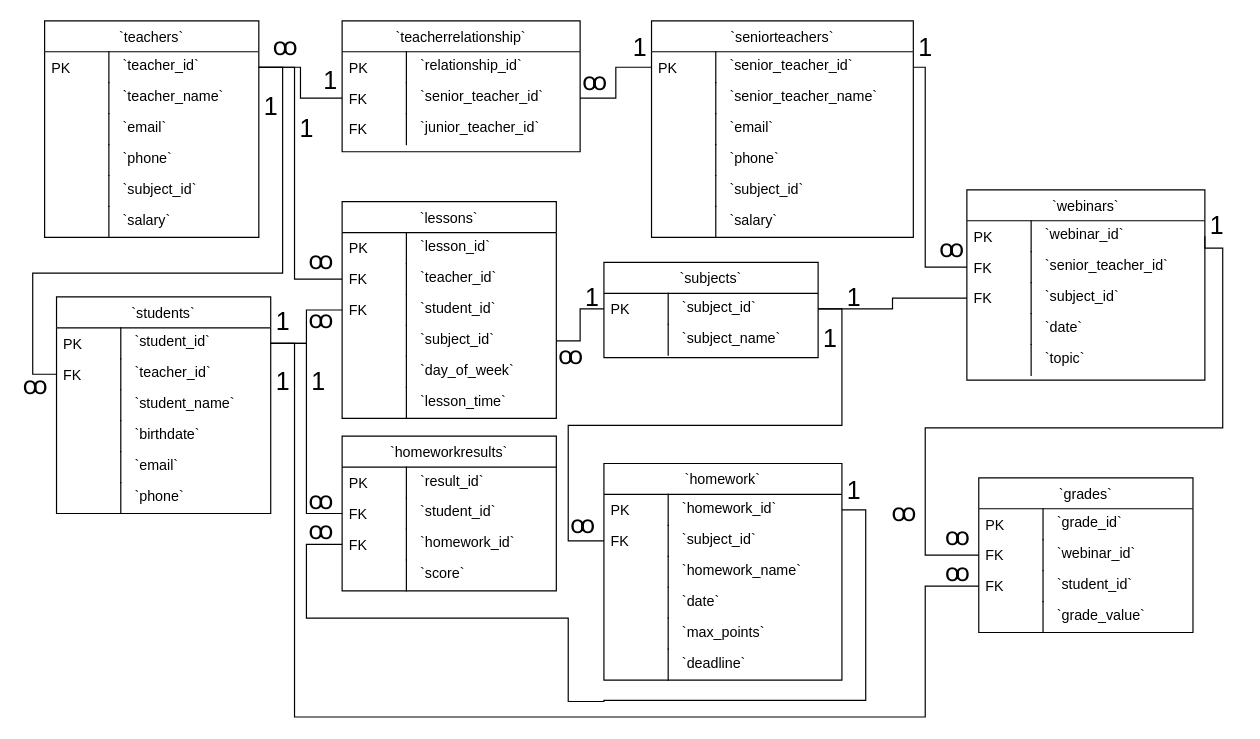
Benhooky/Ege_online_school_data_base keeps this draw.io diagram as Shcema.drawio. Above is the earlier version. Source tidied: cells renumbered, new cells numbered last; positions are measured from the earlier drawing's top-left corner, leaving out a move shared by most shapes. Both pictures are drawn from the tidied source at 119%, with x=0, y=0 at pixel (20, 20).
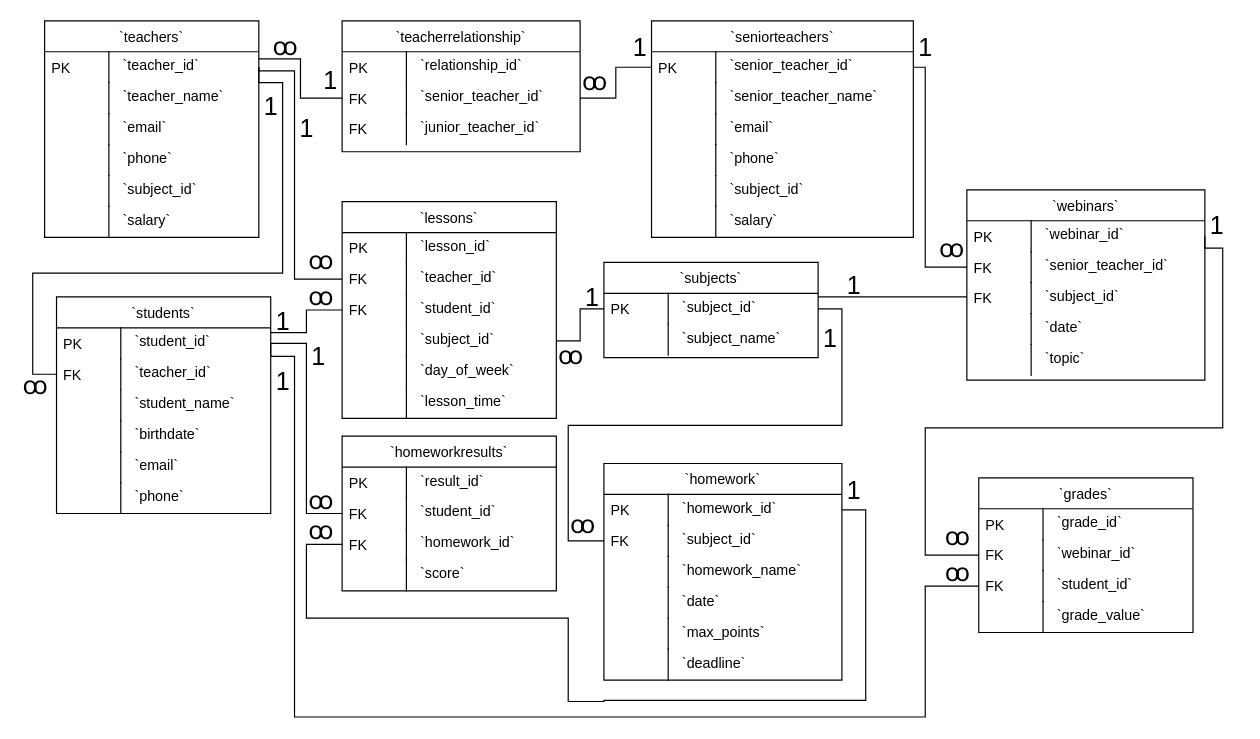
The same page after the edit.

The change refers to these unchanged cells:
```xml
<mxCell id="7" value="`student_id`" style="shape=partialRectangle;top=0;left=0;right=0;bottom=0;align=left;verticalAlign=top;spacingTop=-2;fillColor=none;spacingLeft=64;spacingRight=4;overflow=hidden;points=[[0,0.5],[1,0.5]];portConstraint=eastwest;" parent="2" vertex="1">
  <mxGeometry y="78" width="180" height="26" as="geometry" />
</mxCell>
<mxCell id="36" value="`teacher_id`" style="shape=partialRectangle;top=0;left=0;right=0;bottom=0;align=left;verticalAlign=top;spacingTop=-2;fillColor=none;spacingLeft=64;spacingRight=4;overflow=hidden;points=[[0,0.5],[1,0.5]];portConstraint=eastwest;" parent="33" vertex="1">
  <mxGeometry y="52" width="180" height="26" as="geometry" />
</mxCell>
<mxCell id="38" value="`student_id`" style="shape=partialRectangle;top=0;left=0;right=0;bottom=0;align=left;verticalAlign=top;spacingTop=-2;fillColor=none;spacingLeft=64;spacingRight=4;overflow=hidden;points=[[0,0.5],[1,0.5]];portConstraint=eastwest;" parent="33" vertex="1">
  <mxGeometry y="78" width="180" height="26" as="geometry" />
</mxCell>
<mxCell id="60" value="`student_id`" style="shape=partialRectangle;top=0;left=0;right=0;bottom=0;align=left;verticalAlign=top;spacingTop=-2;fillColor=none;spacingLeft=64;spacingRight=4;overflow=hidden;points=[[0,0.5],[1,0.5]];portConstraint=eastwest;" parent="59" vertex="1">
  <mxGeometry y="26" width="180" height="26" as="geometry" />
</mxCell>
<mxCell id="62" value="`teacher_id`" style="shape=partialRectangle;top=0;left=0;right=0;bottom=0;align=left;verticalAlign=top;spacingTop=-2;fillColor=none;spacingLeft=64;spacingRight=4;overflow=hidden;points=[[0,0.5],[1,0.5]];portConstraint=eastwest;" parent="59" vertex="1">
  <mxGeometry y="52" width="180" height="26" as="geometry" />
</mxCell>
<mxCell id="73" value="`subject_id`" style="shape=partialRectangle;top=0;left=0;right=0;bottom=0;align=left;verticalAlign=top;spacingTop=-2;fillColor=none;spacingLeft=64;spacingRight=4;overflow=hidden;points=[[0,0.5],[1,0.5]];portConstraint=eastwest;" parent="72" vertex="1">
  <mxGeometry y="26" width="180" height="26" as="geometry" />
</mxCell>
<mxCell id="80" value="`senior_teacher_id`" style="shape=partialRectangle;top=0;left=0;right=0;bottom=0;align=left;verticalAlign=top;spacingTop=-2;fillColor=none;spacingLeft=64;spacingRight=4;overflow=hidden;points=[[0,0.5],[1,0.5]];portConstraint=eastwest;" parent="77" vertex="1">
  <mxGeometry y="52" width="200" height="26" as="geometry" />
</mxCell>
<mxCell id="85" value="`teacher_id`" style="shape=partialRectangle;top=0;left=0;right=0;bottom=0;align=left;verticalAlign=top;spacingTop=-2;fillColor=none;spacingLeft=64;spacingRight=4;overflow=hidden;points=[[0,0.5],[1,0.5]];portConstraint=eastwest;" parent="84" vertex="1">
  <mxGeometry y="26" width="180" height="26" as="geometry" />
</mxCell>
<mxCell id="102" value="`subject_id`" style="shape=partialRectangle;top=0;left=0;right=0;bottom=0;align=left;verticalAlign=top;spacingTop=-2;fillColor=none;spacingLeft=64;spacingRight=4;overflow=hidden;points=[[0,0.5],[1,0.5]];portConstraint=eastwest;" parent="97" vertex="1">
  <mxGeometry y="78" width="200" height="26" as="geometry" />
</mxCell>
```

Change to the diagram source:
```diff
@@
     <mxCell id="109" style="edgeStyle=orthogonalEdgeStyle;rounded=0;jettySize=auto;html=1;endArrow=none;endFill=0;" parent="1" edge="1" source="85" target="80">
-      <mxGeometry x="-0.78" y="-9" relative="1" as="geometry" />
+      <mxGeometry x="-0.78" y="-9" relative="1" as="geometry">
+        <Array as="points">
+          <mxPoint x="235" y="32" />
+          <mxPoint x="235" y="65" />
+        </Array>
+      </mxGeometry>
     </mxCell>
     <mxCell id="110" style="edgeStyle=orthogonalEdgeStyle;rounded=0;jettySize=auto;html=1;endArrow=none;endFill=0;exitX=0;exitY=0.5;exitDx=0;exitDy=0;entryX=1;entryY=0.5;entryDx=0;entryDy=0;" parent="1" edge="1" source="62" target="85">
       <mxGeometry relative="1" as="geometry">
         <Array as="points">
           <mxPoint x="10" y="297" />
           <mxPoint x="10" y="212" />
           <mxPoint x="220" y="212" />
-          <mxPoint x="220" y="39" />
+          <mxPoint x="220" y="52" />
+          <mxPoint x="200" y="52" />
         </Array>
       </mxGeometry>
     </mxCell>
     <mxCell id="111" style="edgeStyle=orthogonalEdgeStyle;rounded=0;jettySize=auto;html=1;endArrow=none;endFill=0;" parent="1" edge="1" source="60" target="38">
-      <mxGeometry relative="1" as="geometry" />
+      <mxGeometry relative="1" as="geometry">
+        <Array as="points">
+          <mxPoint x="240" y="262" />
+          <mxPoint x="240" y="243" />
+        </Array>
+      </mxGeometry>
     </mxCell>
     <mxCell id="112" style="edgeStyle=orthogonalEdgeStyle;rounded=0;jettySize=auto;html=1;endArrow=none;endFill=0;exitX=1;exitY=0.5;exitDx=0;exitDy=0;" parent="1" edge="1" source="85" target="36">
       <mxGeometry relative="1" as="geometry">
         <Array as="points">
-          <mxPoint x="230" y="39" />
+          <mxPoint x="200" y="42" />
+          <mxPoint x="230" y="42" />
           <mxPoint x="230" y="217" />
         </Array>
       </mxGeometry>
     </mxCell>
@@
     <mxCell id="114" style="edgeStyle=orthogonalEdgeStyle;rounded=0;jettySize=auto;html=1;endArrow=none;endFill=0;" parent="1" edge="1" source="102" target="73">
-      <mxGeometry relative="1" as="geometry" />
+      <mxGeometry relative="1" as="geometry">
+        <Array as="points">
+          <mxPoint x="700" y="232" />
+          <mxPoint x="700" y="232" />
+        </Array>
+      </mxGeometry>
     </mxCell>
@@
     <mxCell id="119" style="edgeStyle=orthogonalEdgeStyle;rounded=0;jettySize=auto;html=1;exitX=1;exitY=0.5;exitDx=0;exitDy=0;endArrow=none;endFill=0;entryX=0;entryY=0.5;entryDx=0;entryDy=0;" parent="1" edge="1" source="60" target="7">
       <mxGeometry relative="1" as="geometry">
         <Array as="points">
-          <mxPoint x="230" y="271" />
+          <mxPoint x="210" y="282" />
+          <mxPoint x="230" y="282" />
           <mxPoint x="230" y="585" />
           <mxPoint x="760" y="585" />
           <mxPoint x="760" y="475" />
         </Array>
       </mxGeometry>
     </mxCell>
@@
     <mxCell id="131" value="1" style="text;html=1;align=center;verticalAlign=middle;strokeColor=none;fillColor=none;fontSize=21;" parent="1" vertex="1">
-      <mxGeometry x="230" y="283" width="40" height="40" as="geometry" />
+      <mxGeometry x="230" y="262" width="40" height="40" as="geometry" />
     </mxCell>
@@
     <mxCell id="133" value="ꝏ" style="text;whiteSpace=wrap;fontSize=21;" parent="1" vertex="1">
-      <mxGeometry x="240" y="232" width="20" height="10" as="geometry" />
+      <mxGeometry x="240" y="212" width="20" height="10" as="geometry" />
     </mxCell>
@@
     <mxCell id="138" value="1" style="text;html=1;align=center;verticalAlign=middle;strokeColor=none;fillColor=none;fontSize=21;" parent="1" vertex="1">
-      <mxGeometry x="680" y="212" width="40" height="40" as="geometry" />
+      <mxGeometry x="680" y="202" width="40" height="40" as="geometry" />
     </mxCell>
-    <mxCell id="139" value="ꝏ" style="text;whiteSpace=wrap;fontSize=21;" parent="1" vertex="1">
-      <mxGeometry x="730" y="394" width="20" height="10" as="geometry" />
-    </mxCell>
```
